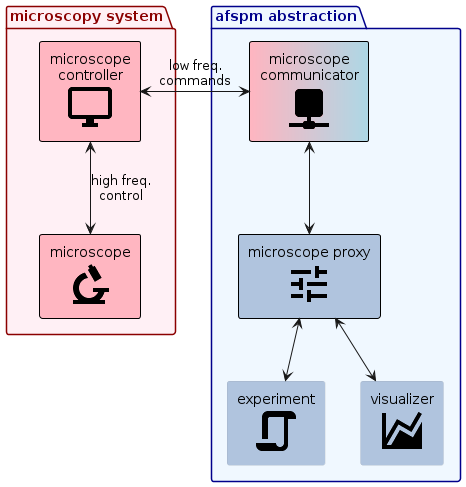
This is docs/images/afspm_hl_diagram.png from nsulmol/afspm, a PlantUML export, as it was before one commit.
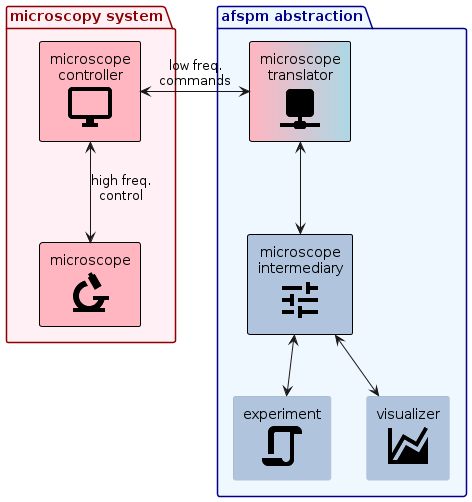
Later version of the same file.

Diff of the diagram source:
```diff
@@ -8,8 +8,8 @@
 !include <material/script>
 
 package "afspm abstraction" <<groupinternal>> {
-  component "microscope\ncommunicator\n<$ma_network>" <<interface>> <<required>> as devcon
-  component "microscope proxy\n<$ma_tune>" <<internal>> <<required>> as afspmcon
+  component "microscope\ntranslator\n<$ma_network>" <<interface>> <<required>> as devcon
+  component "microscope\nintermediary\n<$ma_tune>" <<internal>> <<required>> as afspmcon
 
   component "experiment\n<$ma_script>" <<internal>> as exp
   component "visualizer\n<$ma_chart_areaspline>" <<internal>> as viz
```
